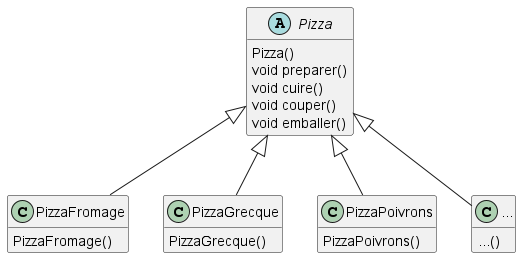
IUT-Blagnac/cpoa keeps this PlantUML diagram as images/Pizzas-2022.png. Above is the earlier version. Its diagram source:
```plantuml
@startuml


hide empty members
hide empty methods

abstract class Pizza {
    Pizza()
    void preparer()
    void cuire()
    void couper()
    void emballer()
}

class PizzaFromage extends Pizza {
    PizzaFromage()
}
class PizzaGrecque extends Pizza {
    PizzaGrecque()
}
class PizzaPoivrons extends Pizza {
    PizzaPoivrons()
}

class PizzaFromageStyleCorse as "..." {
        ...()
}

Pizza <|-- PizzaFromageStyleCorse

@enduml
```
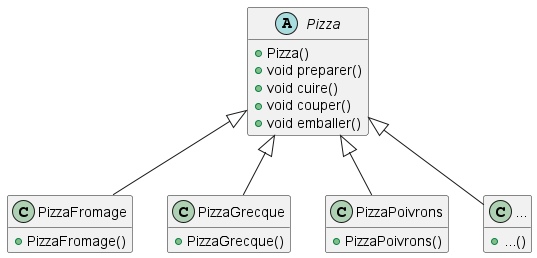
Above is the later version.

Change to the diagram source:
```diff
@@ -5,25 +5,25 @@
 hide empty methods
 
 abstract class Pizza {
-    Pizza()
-    void preparer()
-    void cuire()
-    void couper()
-    void emballer()
+    + Pizza()
+    + void preparer()
+    + void cuire()
+    + void couper()
+    + void emballer()
 }
 
 class PizzaFromage extends Pizza {
-    PizzaFromage()
+    + PizzaFromage()
 }
 class PizzaGrecque extends Pizza {
-    PizzaGrecque()
+    + PizzaGrecque()
 }
 class PizzaPoivrons extends Pizza {
-    PizzaPoivrons()
+    + PizzaPoivrons()
 }
 
 class PizzaFromageStyleCorse as "..." {
-        ...()
+    + ...()
 }
 
 Pizza <|-- PizzaFromageStyleCorse
```
